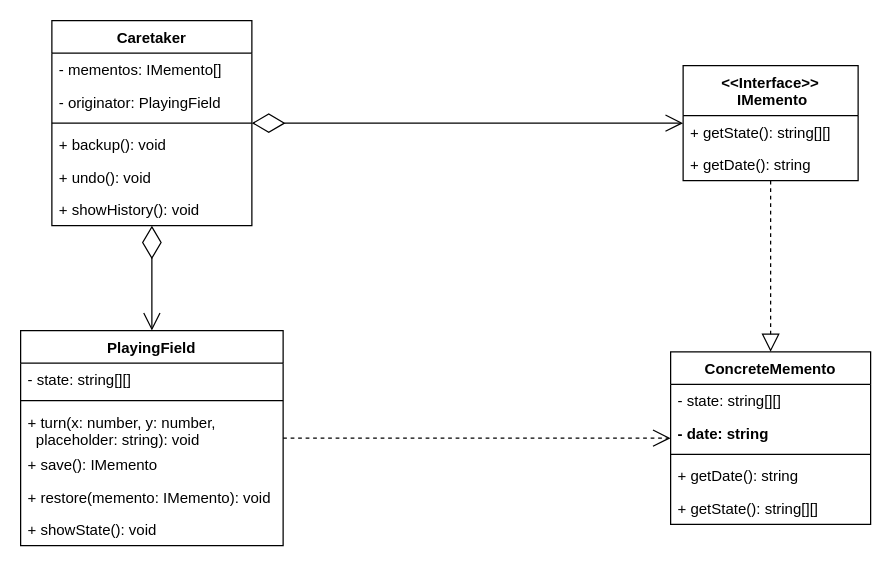
The draw.io diagram Patterns/Behavioral Patterns/Memento/memento.drawio in MaksimPyatak/TS, before the edit. Source tidied: cells renumbered, new cells numbered last; positions are measured from the earlier drawing's top-left corner, leaving out a move shared by most shapes. Both pictures are drawn from the tidied source at 125%, with x=0, y=0 at pixel (20, 20).
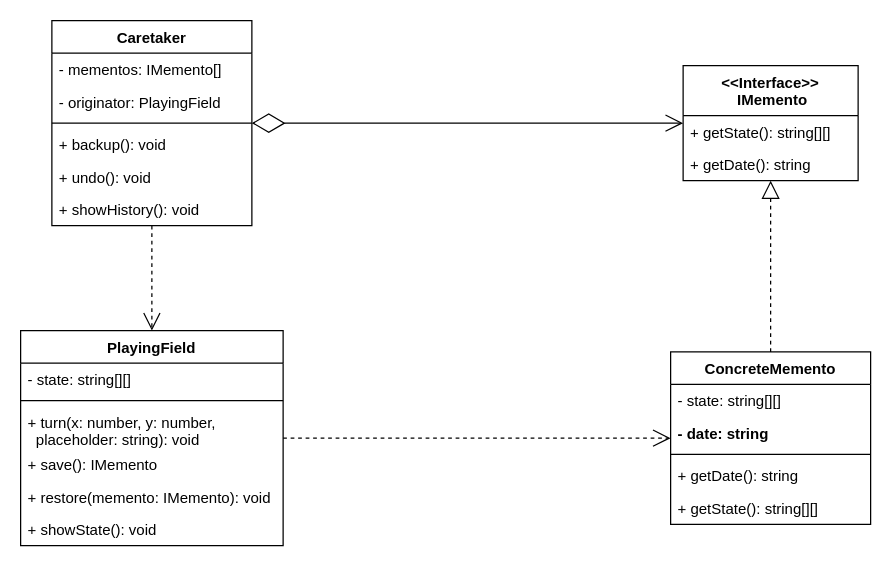
The same diagram, later.

The change refers to these unchanged cells:
```xml
<mxCell id="2" value="PlayingField" style="swimlane;fontStyle=1;align=center;verticalAlign=top;horizontal=1;startSize=26;" parent="1" vertex="1">
  <mxGeometry y="248" width="210" height="172" as="geometry" />
</mxCell>
<mxCell id="9" value="&lt;&lt;Interface&gt;&gt;&#10; IMemento" style="swimlane;fontStyle=1;horizontal=1;startSize=40;fillColor=none;" parent="1" vertex="1">
  <mxGeometry x="530" y="36" width="140" height="92" as="geometry" />
</mxCell>
<mxCell id="12" value="ConcreteMemento" style="swimlane;fontStyle=1;align=center;verticalAlign=top;horizontal=1;startSize=26;" parent="1" vertex="1">
  <mxGeometry x="520" y="265" width="160" height="138" as="geometry" />
</mxCell>
<mxCell id="18" value="Caretaker" style="swimlane;fontStyle=1;align=center;verticalAlign=top;horizontal=1;startSize=26;" parent="1" vertex="1">
  <mxGeometry x="25" width="160" height="164" as="geometry" />
</mxCell>
```

Diff of the diagram source:
```diff
@@
-    <mxCell id="25" style="endArrow=block;dashed=1;endFill=0;endSize=12;html=1;rounded=0;" parent="1" edge="1" source="9" target="12">
+    <mxCell id="25" style="endArrow=block;dashed=1;endFill=0;endSize=12;html=1;rounded=0;" parent="1" edge="1" source="12" target="9">
       <mxGeometry relative="1" as="geometry" />
     </mxCell>
@@
-    <mxCell id="28" style="endArrow=open;endSize=12;html=1;rounded=0;startArrow=diamondThin;startFill=0;startSize=24;" parent="1" edge="1" source="18" target="2">
+    <mxCell id="28" style="endArrow=open;endSize=12;html=1;rounded=0;startArrow=none;startFill=0;startSize=24;dashed=1;" parent="1" edge="1" source="18" target="2">
       <mxGeometry x="-0.48" y="75" relative="1" as="geometry" />
     </mxCell>
```
